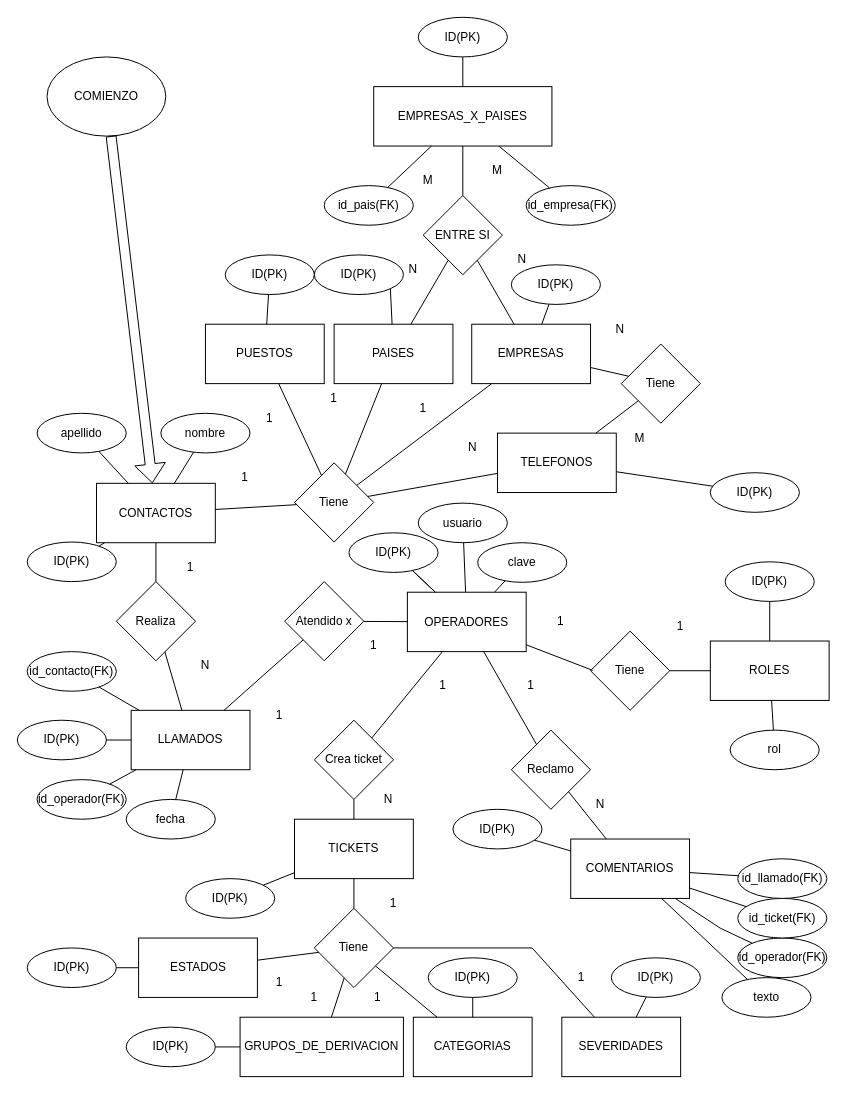
Before: DER.drawio in rodriguezleandro98/Tp_Rodriguez, a draw.io diagram. Source tidied: cells renumbered, new cells numbered last; positions are measured from the earlier drawing's top-left corner, leaving out a move shared by most shapes. Both pictures are drawn from the tidied source at 99%, with x=0, y=0 at pixel (17, 17).
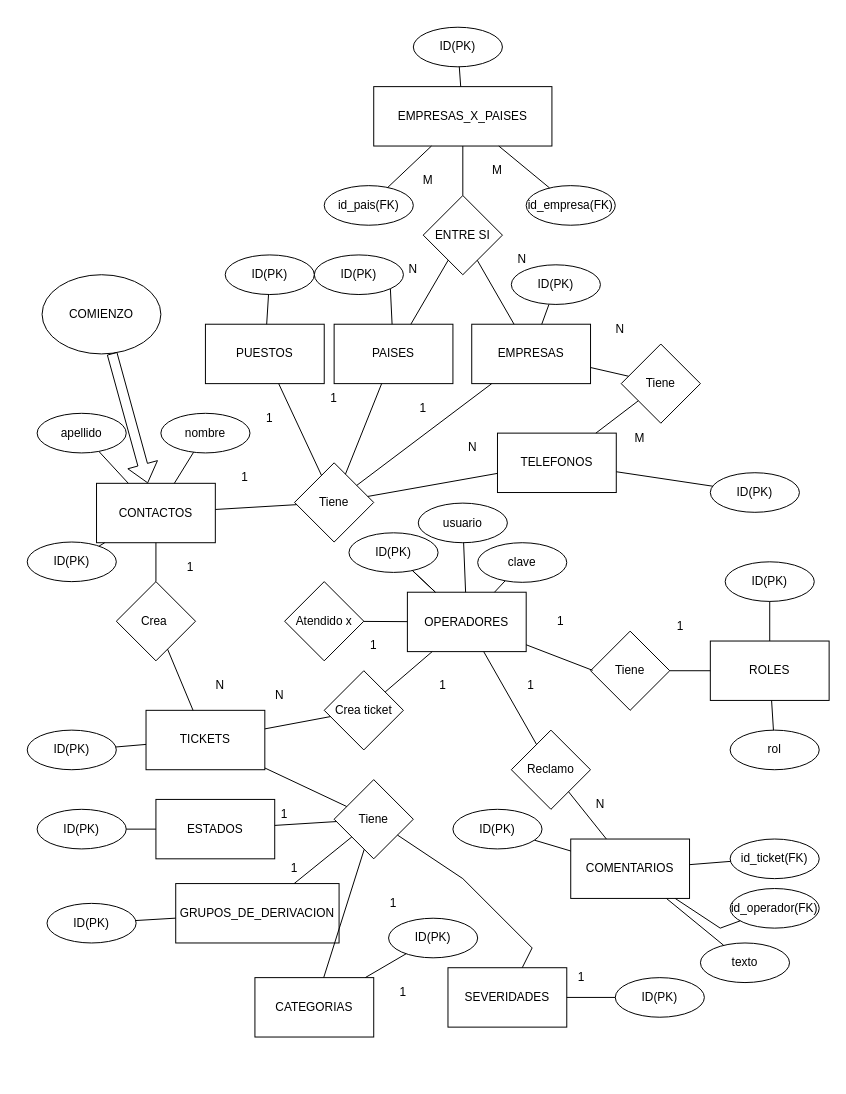
Above is the later version.

Unchanged cells that the change refers to:
```xml
<mxCell id="19" value="Atendido x" style="rhombus;whiteSpace=wrap;html=1;" parent="1" vertex="1">
  <mxGeometry x="270" y="570" width="80" height="80" as="geometry" />
</mxCell>
<mxCell id="37" value="COMENTARIOS" style="rounded=0;whiteSpace=wrap;html=1;" parent="1" vertex="1">
  <mxGeometry x="559" y="830" width="120" height="60" as="geometry" />
</mxCell>
```

Diff of the diagram source:
```diff
@@
-    <mxCell id="9" value="Realiza" style="rhombus;whiteSpace=wrap;html=1;" parent="1" vertex="1">
+    <mxCell id="9" value="Crea&amp;nbsp;" style="rhombus;whiteSpace=wrap;html=1;" parent="1" vertex="1">
       <mxGeometry x="100" y="570" width="80" height="80" as="geometry" />
     </mxCell>
@@
-    <mxCell id="11" value="LLAMADOS" style="rounded=0;whiteSpace=wrap;html=1;" parent="1" vertex="1">
-      <mxGeometry x="115" y="700" width="120" height="60" as="geometry" />
-    </mxCell>
-    <mxCell id="12" style="endArrow=none;html=1;rounded=0;" parent="1" edge="1" source="9" target="11">
-      <mxGeometry relative="1" as="geometry" />
-    </mxCell>
-    <mxCell id="13" value="id_operador(FK)" style="ellipse;whiteSpace=wrap;html=1;" parent="1" vertex="1">
-      <mxGeometry x="20" y="770" width="90" height="40" as="geometry" />
-    </mxCell>
-    <mxCell id="14" value="id_contacto(FK)" style="ellipse;whiteSpace=wrap;html=1;" parent="1" vertex="1">
-      <mxGeometry x="10" y="640.7" width="90" height="40" as="geometry" />
-    </mxCell>
-    <mxCell id="15" value="fecha" style="ellipse;whiteSpace=wrap;html=1;" parent="1" vertex="1">
-      <mxGeometry x="110" y="790" width="90" height="40" as="geometry" />
-    </mxCell>
-    <mxCell id="16" style="endArrow=none;html=1;rounded=0;" parent="1" edge="1" source="11" target="14">
-      <mxGeometry relative="1" as="geometry" />
-    </mxCell>
-    <mxCell id="17" style="endArrow=none;html=1;rounded=0;" parent="1" edge="1" source="11" target="15">
-      <mxGeometry relative="1" as="geometry" />
-    </mxCell>
-    <mxCell id="18" style="endArrow=none;html=1;rounded=0;" parent="1" edge="1" source="11" target="13">
-      <mxGeometry relative="1" as="geometry" />
-    </mxCell>
@@
-    <mxCell id="21" style="endArrow=none;html=1;rounded=0;" parent="1" edge="1" source="19" target="11">
-      <mxGeometry relative="1" as="geometry" />
-    </mxCell>
@@
     <mxCell id="29" value="Crea ticket" style="rhombus;whiteSpace=wrap;html=1;" parent="1" vertex="1">
-      <mxGeometry x="300" y="710" width="80" height="80" as="geometry" />
+      <mxGeometry x="310" y="660" width="80" height="80" as="geometry" />
     </mxCell>
@@
     <mxCell id="33" value="TICKETS" style="rounded=0;whiteSpace=wrap;html=1;" parent="1" vertex="1">
-      <mxGeometry x="280" y="810" width="120" height="60" as="geometry" />
+      <mxGeometry x="130" y="700" width="120" height="60" as="geometry" />
     </mxCell>
@@
     <mxCell id="35" value="ID(PK)" style="ellipse;whiteSpace=wrap;html=1;" parent="1" vertex="1">
-      <mxGeometry x="170" y="870" width="90" height="40" as="geometry" />
+      <mxGeometry x="10" y="720" width="90" height="40" as="geometry" />
     </mxCell>
@@
     <mxCell id="38" value="id_operador(FK)" style="ellipse;whiteSpace=wrap;html=1;" parent="1" vertex="1">
-      <mxGeometry x="727.7" y="930" width="90" height="40" as="geometry" />
+      <mxGeometry x="720" y="880" width="90" height="40" as="geometry" />
     </mxCell>
@@
     <mxCell id="40" value="id_ticket(FK)" style="ellipse;whiteSpace=wrap;html=1;" parent="1" vertex="1">
-      <mxGeometry x="727.7" y="890" width="90" height="40" as="geometry" />
+      <mxGeometry x="720" y="830" width="90" height="40" as="geometry" />
     </mxCell>
-    <mxCell id="41" value="id_llamado(FK)" style="ellipse;whiteSpace=wrap;html=1;" parent="1" vertex="1">
-      <mxGeometry x="727.7" y="850" width="90" height="40" as="geometry" />
-    </mxCell>
@@
     <mxCell id="54" value="ESTADOS" style="rounded=0;whiteSpace=wrap;html=1;" parent="1" vertex="1">
-      <mxGeometry x="122.5" y="930" width="120" height="60" as="geometry" />
+      <mxGeometry x="140" y="790" width="120" height="60" as="geometry" />
     </mxCell>
     <mxCell id="55" value="GRUPOS_DE_DERIVACION" style="rounded=0;whiteSpace=wrap;html=1;" parent="1" vertex="1">
-      <mxGeometry x="225" y="1010" width="165" height="60" as="geometry" />
+      <mxGeometry x="160" y="875" width="165" height="60" as="geometry" />
     </mxCell>
     <mxCell id="56" value="CATEGORIAS" style="rounded=0;whiteSpace=wrap;html=1;" parent="1" vertex="1">
-      <mxGeometry x="400" y="1010" width="120" height="60" as="geometry" />
+      <mxGeometry x="240" y="970" width="120" height="60" as="geometry" />
     </mxCell>
     <mxCell id="57" value="SEVERIDADES" style="rounded=0;whiteSpace=wrap;html=1;" parent="1" vertex="1">
-      <mxGeometry x="550" y="1010" width="120" height="60" as="geometry" />
+      <mxGeometry x="435" y="960" width="120" height="60" as="geometry" />
     </mxCell>
     <mxCell id="58" value="ID(PK)" style="ellipse;whiteSpace=wrap;html=1;" parent="1" vertex="1">
-      <mxGeometry x="600" y="950" width="90" height="40" as="geometry" />
+      <mxGeometry x="604" y="970" width="90" height="40" as="geometry" />
     </mxCell>
     <mxCell id="59" value="ID(PK)" style="ellipse;whiteSpace=wrap;html=1;" parent="1" vertex="1">
-      <mxGeometry x="415" y="950" width="90" height="40" as="geometry" />
+      <mxGeometry x="375" y="910" width="90" height="40" as="geometry" />
     </mxCell>
-    <mxCell id="60" value="ID(PK)" style="ellipse;whiteSpace=wrap;html=1;" parent="1" vertex="1">
-      <mxGeometry y="710" width="90" height="40" as="geometry" />
-    </mxCell>
     <mxCell id="61" value="ID(PK)" style="ellipse;whiteSpace=wrap;html=1;" parent="1" vertex="1">
-      <mxGeometry x="10" y="940" width="90" height="40" as="geometry" />
+      <mxGeometry x="20" y="800" width="90" height="40" as="geometry" />
     </mxCell>
@@
     <mxCell id="69" value="ID(PK)" style="ellipse;whiteSpace=wrap;html=1;" parent="1" vertex="1">
-      <mxGeometry x="405" width="90" height="40" as="geometry" />
+      <mxGeometry x="400" y="10" width="90" height="40" as="geometry" />
     </mxCell>
@@
     <mxCell id="80" value="Tiene" style="rhombus;whiteSpace=wrap;html=1;" parent="1" vertex="1">
-      <mxGeometry x="300" y="900" width="80" height="80" as="geometry" />
+      <mxGeometry x="320" y="770" width="80" height="80" as="geometry" />
     </mxCell>
@@
     <mxCell id="85" style="endArrow=none;html=1;rounded=0;" parent="1" edge="1" source="80" target="57">
       <mxGeometry relative="1" as="geometry">
         <Array as="points">
+          <mxPoint x="450" y="870" />
           <mxPoint x="520" y="940" />
         </Array>
       </mxGeometry>
     </mxCell>
@@
     <mxCell id="96" value="texto" style="ellipse;whiteSpace=wrap;html=1;" parent="1" vertex="1">
-      <mxGeometry x="711.7" y="970" width="90" height="40" as="geometry" />
+      <mxGeometry x="690" y="935" width="90" height="40" as="geometry" />
     </mxCell>
@@
-    <mxCell id="105" style="endArrow=none;html=1;rounded=0;" parent="1" edge="1" source="37" target="41">
-      <mxGeometry relative="1" as="geometry" />
-    </mxCell>
@@
     <mxCell id="108" value="ID(PK)" style="ellipse;whiteSpace=wrap;html=1;" parent="1" vertex="1">
-      <mxGeometry x="110" y="1020" width="90" height="40" as="geometry" />
+      <mxGeometry x="30" y="895" width="90" height="40" as="geometry" />
     </mxCell>
     <mxCell id="109" value="COMIENZO&lt;br&gt;" style="ellipse;whiteSpace=wrap;html=1;" parent="1" vertex="1">
-      <mxGeometry x="30" y="40" width="120" height="80" as="geometry" />
+      <mxGeometry x="25" y="260" width="120" height="80" as="geometry" />
     </mxCell>
@@
-    <mxCell id="111" style="endArrow=none;html=1;rounded=0;" parent="1" edge="1" source="60" target="11">
-      <mxGeometry relative="1" as="geometry" />
-    </mxCell>
@@
-    <mxCell id="113" value="N" style="text;html=1;strokeColor=none;fillColor=none;align=center;verticalAlign=middle;whiteSpace=wrap;rounded=0;" parent="1" vertex="1">
-      <mxGeometry x="160" y="640" width="60" height="30" as="geometry" />
-    </mxCell>
-    <mxCell id="114" value="1" style="text;html=1;strokeColor=none;fillColor=none;align=center;verticalAlign=middle;whiteSpace=wrap;rounded=0;" parent="1" vertex="1">
-      <mxGeometry x="235" y="690" width="60" height="30" as="geometry" />
+    <mxCell id="114" value="N" style="text;html=1;strokeColor=none;fillColor=none;align=center;verticalAlign=middle;whiteSpace=wrap;rounded=0;" parent="1" vertex="1">
+      <mxGeometry x="235" y="670" width="60" height="30" as="geometry" />
     </mxCell>
@@
-    <mxCell id="117" value="N" style="text;html=1;strokeColor=none;fillColor=none;align=center;verticalAlign=middle;whiteSpace=wrap;rounded=0;" parent="1" vertex="1">
-      <mxGeometry x="345" y="775" width="60" height="30" as="geometry" />
-    </mxCell>
@@
     <mxCell id="121" value="1" style="text;html=1;strokeColor=none;fillColor=none;align=center;verticalAlign=middle;whiteSpace=wrap;rounded=0;" parent="1" vertex="1">
-      <mxGeometry x="235" y="960" width="60" height="30" as="geometry" />
+      <mxGeometry x="250" y="845" width="60" height="30" as="geometry" />
     </mxCell>
     <mxCell id="122" value="1" style="text;html=1;strokeColor=none;fillColor=none;align=center;verticalAlign=middle;whiteSpace=wrap;rounded=0;" parent="1" vertex="1">
-      <mxGeometry x="270" y="975" width="60" height="30" as="geometry" />
+      <mxGeometry x="240" y="790" width="60" height="30" as="geometry" />
     </mxCell>
     <mxCell id="123" value="1" style="text;html=1;strokeColor=none;fillColor=none;align=center;verticalAlign=middle;whiteSpace=wrap;rounded=0;" parent="1" vertex="1">
-      <mxGeometry x="334" y="975" width="60" height="30" as="geometry" />
+      <mxGeometry x="360" y="970" width="60" height="30" as="geometry" />
     </mxCell>
@@
+    <mxCell id="138" style="endArrow=none;html=1;rounded=0;" parent="1" edge="1" source="33" target="9">
+      <mxGeometry relative="1" as="geometry" />
+    </mxCell>
+    <mxCell id="139" value="N" style="text;html=1;strokeColor=none;fillColor=none;align=center;verticalAlign=middle;whiteSpace=wrap;rounded=0;" parent="1" vertex="1">
+      <mxGeometry x="175" y="660" width="60" height="30" as="geometry" />
+    </mxCell>
```
